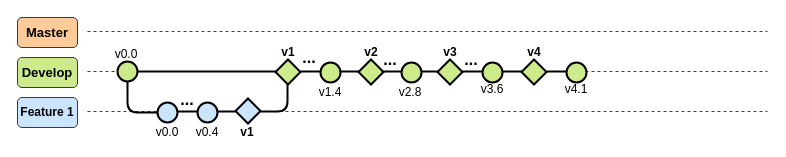
Earlier version of the draw.io diagram page "Develop" (2 of 3) of 03_ImagenesRepo/01_GitFlow.drawio (LEOSZ8/Tesis_Msc_LSZ). Source tidied: cells renumbered, new cells numbered last; positions are measured from the earlier drawing's top-left corner, leaving out a move shared by most shapes. Both pictures are drawn from the tidied source at 100%, with x=0, y=0 at pixel (17, 17).
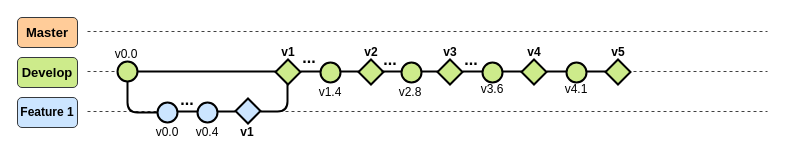
After the change.

The edit, as a diff of the source:
```diff
@@
+    <mxCell id="48" style="edgeStyle=orthogonalEdgeStyle;rounded=0;orthogonalLoop=1;jettySize=auto;html=1;endArrow=none;endFill=0;strokeWidth=2;" parent="1" edge="1">
+      <mxGeometry relative="1" as="geometry">
+        <mxPoint x="569" y="54" as="sourcePoint" />
+        <mxPoint x="589" y="53" as="targetPoint" />
+      </mxGeometry>
+    </mxCell>
+    <mxCell id="49" style="rhombus;whiteSpace=wrap;html=1;fillColor=#CDEB8B;strokeColor=#000000;strokeWidth=2;" parent="1" vertex="1">
+      <mxGeometry x="588" y="42" width="25" height="25" as="geometry" />
+    </mxCell>
+    <mxCell id="50" value="v5" style="text;html=1;align=center;verticalAlign=middle;whiteSpace=wrap;rounded=0;fontStyle=1;" parent="1" vertex="1">
+      <mxGeometry x="586" y="30" width="30" height="10" as="geometry" />
+    </mxCell>
```
